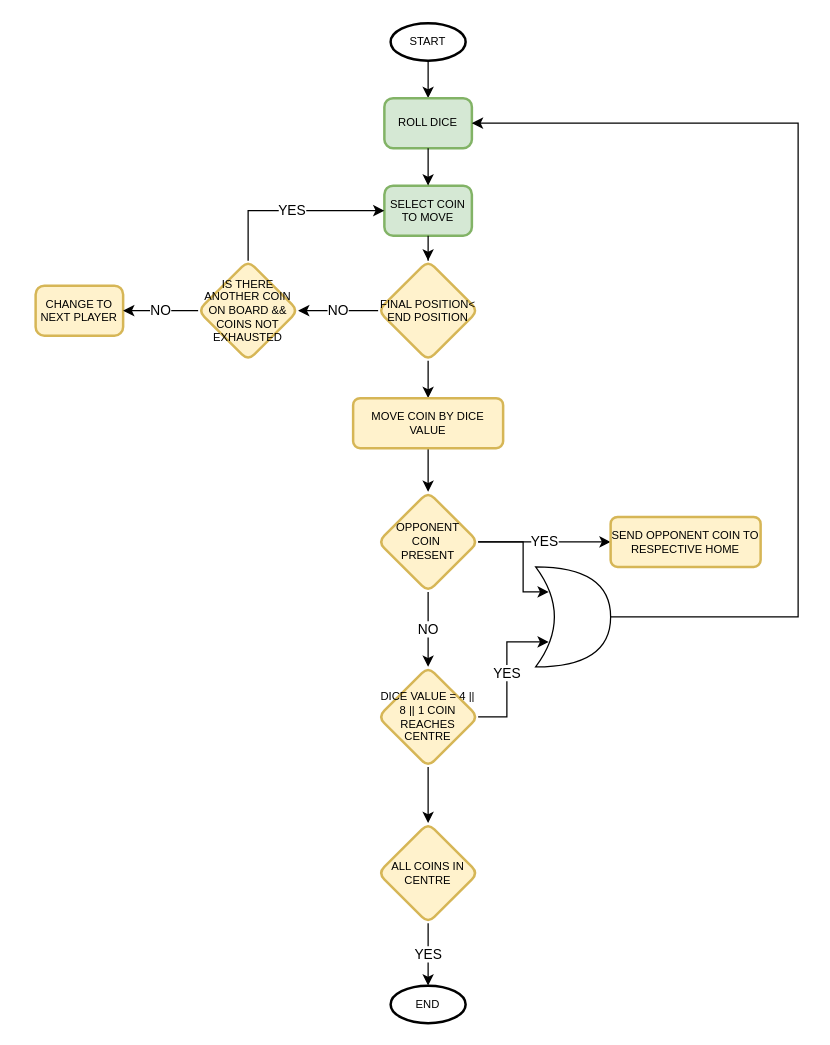
Before: Chowka Bara Jodi Gameplay.drawio in arvindpandit27/learnCPP, a draw.io diagram. Source tidied: cells renumbered, new cells numbered last; positions are measured from the earlier drawing's top-left corner, leaving out a move shared by most shapes. Both pictures are drawn from the tidied source at 125%, with x=0, y=0 at pixel (35, 22).
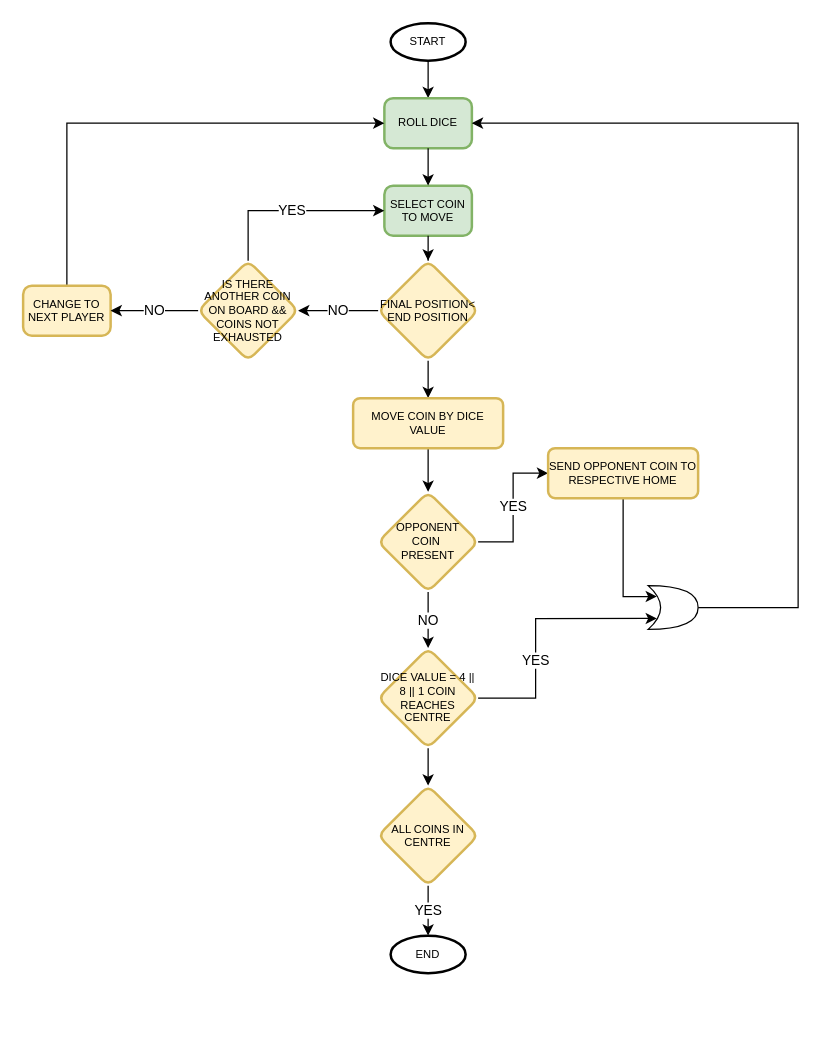
The same diagram, later.

The change refers to these unchanged cells:
```xml
<mxCell id="6" value="ROLL DICE" style="rounded=1;whiteSpace=wrap;html=1;absoluteArcSize=1;arcSize=14;strokeWidth=2;fillColor=#d5e8d4;strokeColor=#82b366;fontSize=9;" parent="1" vertex="1">
  <mxGeometry x="279" y="60" width="70" height="40" as="geometry" />
</mxCell>
<mxCell id="21" value="OPPONENT&lt;br&gt;COIN&amp;nbsp;&lt;br&gt;PRESENT" style="rhombus;whiteSpace=wrap;html=1;rounded=1;fontSize=9;strokeColor=#d6b656;strokeWidth=2;fillColor=#fff2cc;arcSize=14;" parent="1" vertex="1">
  <mxGeometry x="274" y="375" width="80" height="80" as="geometry" />
</mxCell>
```

The edit, as a diff of the source:
```diff
@@
     <mxCell id="4" value="END" style="strokeWidth=2;html=1;shape=mxgraph.flowchart.start_1;whiteSpace=wrap;fontSize=9;" parent="1" vertex="1">
-      <mxGeometry x="284" y="770" width="60" height="30" as="geometry" />
+      <mxGeometry x="284" y="730" width="60" height="30" as="geometry" />
     </mxCell>
@@
     <mxCell id="7" value="YES" style="edgeStyle=orthogonalEdgeStyle;rounded=0;jettySize=auto;html=1;entryX=0.175;entryY=0.75;entryDx=0;entryDy=0;entryPerimeter=0;" parent="1" edge="1" source="9" target="29">
-      <mxGeometry relative="1" as="geometry" />
+      <mxGeometry x="-0.26" relative="1" as="geometry">
+        <Array as="points">
+          <mxPoint x="400" y="540" />
+          <mxPoint x="400" y="476" />
+        </Array>
+      </mxGeometry>
     </mxCell>
@@
     <mxCell id="9" value="DICE VALUE = 4 || 8 || 1 COIN REACHES CENTRE" style="rhombus;whiteSpace=wrap;html=1;rounded=1;strokeWidth=2;arcSize=14;fillColor=#fff2cc;strokeColor=#d6b656;fontSize=9;" parent="1" vertex="1">
-      <mxGeometry x="274" y="515" width="80" height="80" as="geometry" />
+      <mxGeometry x="274" y="500" width="80" height="80" as="geometry" />
     </mxCell>
+    <mxCell id="30" style="edgeStyle=orthogonalEdgeStyle;rounded=0;jettySize=auto;html=1;entryX=0;entryY=0.5;entryDx=0;entryDy=0;" parent="1" edge="1" source="10" target="6">
+      <mxGeometry relative="1" as="geometry">
+        <Array as="points">
+          <mxPoint x="25" y="80" />
+        </Array>
+      </mxGeometry>
+    </mxCell>
     <mxCell id="10" value="CHANGE TO NEXT PLAYER" style="rounded=1;whiteSpace=wrap;html=1;absoluteArcSize=1;arcSize=14;strokeWidth=2;fillColor=#fff2cc;strokeColor=#d6b656;fontSize=9;" parent="1" vertex="1">
-      <mxGeometry y="210" width="70" height="40" as="geometry" />
+      <mxGeometry x="-10" y="210" width="70" height="40" as="geometry" />
     </mxCell>
@@
-    <mxCell id="20" style="edgeStyle=orthogonalEdgeStyle;rounded=0;jettySize=auto;html=1;entryX=0.175;entryY=0.25;entryDx=0;entryDy=0;entryPerimeter=0;" parent="1" edge="1" source="21" target="29">
-      <mxGeometry relative="1" as="geometry">
-        <Array as="points">
-          <mxPoint x="390" y="415" />
-          <mxPoint x="390" y="455" />
-        </Array>
-      </mxGeometry>
-    </mxCell>
@@
     <mxCell id="23" value="ALL COINS IN CENTRE" style="rhombus;whiteSpace=wrap;html=1;rounded=1;fontSize=9;strokeColor=#d6b656;strokeWidth=2;fillColor=#fff2cc;arcSize=14;" parent="1" vertex="1">
-      <mxGeometry x="274" y="640" width="80" height="80" as="geometry" />
+      <mxGeometry x="274" y="610" width="80" height="80" as="geometry" />
     </mxCell>
@@
+    <mxCell id="31" style="edgeStyle=orthogonalEdgeStyle;rounded=0;jettySize=auto;html=1;entryX=0.175;entryY=0.25;entryDx=0;entryDy=0;entryPerimeter=0;" parent="1" edge="1" source="27" target="29">
+      <mxGeometry relative="1" as="geometry">
+        <Array as="points">
+          <mxPoint x="470" y="459" />
+          <mxPoint x="497" y="459" />
+        </Array>
+      </mxGeometry>
+    </mxCell>
     <mxCell id="27" value="SEND OPPONENT COIN TO RESPECTIVE HOME" style="whiteSpace=wrap;html=1;rounded=1;fontSize=9;strokeColor=#d6b656;strokeWidth=2;fillColor=#fff2cc;arcSize=14;" parent="1" vertex="1">
-      <mxGeometry x="460" y="395" width="120" height="40" as="geometry" />
+      <mxGeometry x="410" y="340" width="120" height="40" as="geometry" />
     </mxCell>
     <mxCell id="28" style="edgeStyle=orthogonalEdgeStyle;rounded=0;jettySize=auto;html=1;entryX=1;entryY=0.5;entryDx=0;entryDy=0;exitX=1;exitY=0.5;exitDx=0;exitDy=0;exitPerimeter=0;" parent="1" edge="1" source="29" target="6">
       <mxGeometry relative="1" as="geometry">
         <Array as="points">
-          <mxPoint x="610" y="475" />
+          <mxPoint x="610" y="468" />
           <mxPoint x="610" y="80" />
         </Array>
       </mxGeometry>
     </mxCell>
     <mxCell id="29" style="shape=xor;whiteSpace=wrap;html=1;" parent="1" vertex="1">
-      <mxGeometry x="400" y="435" width="60" height="80" as="geometry" />
+      <mxGeometry x="490" y="450" width="40" height="35" as="geometry" />
     </mxCell>
```
